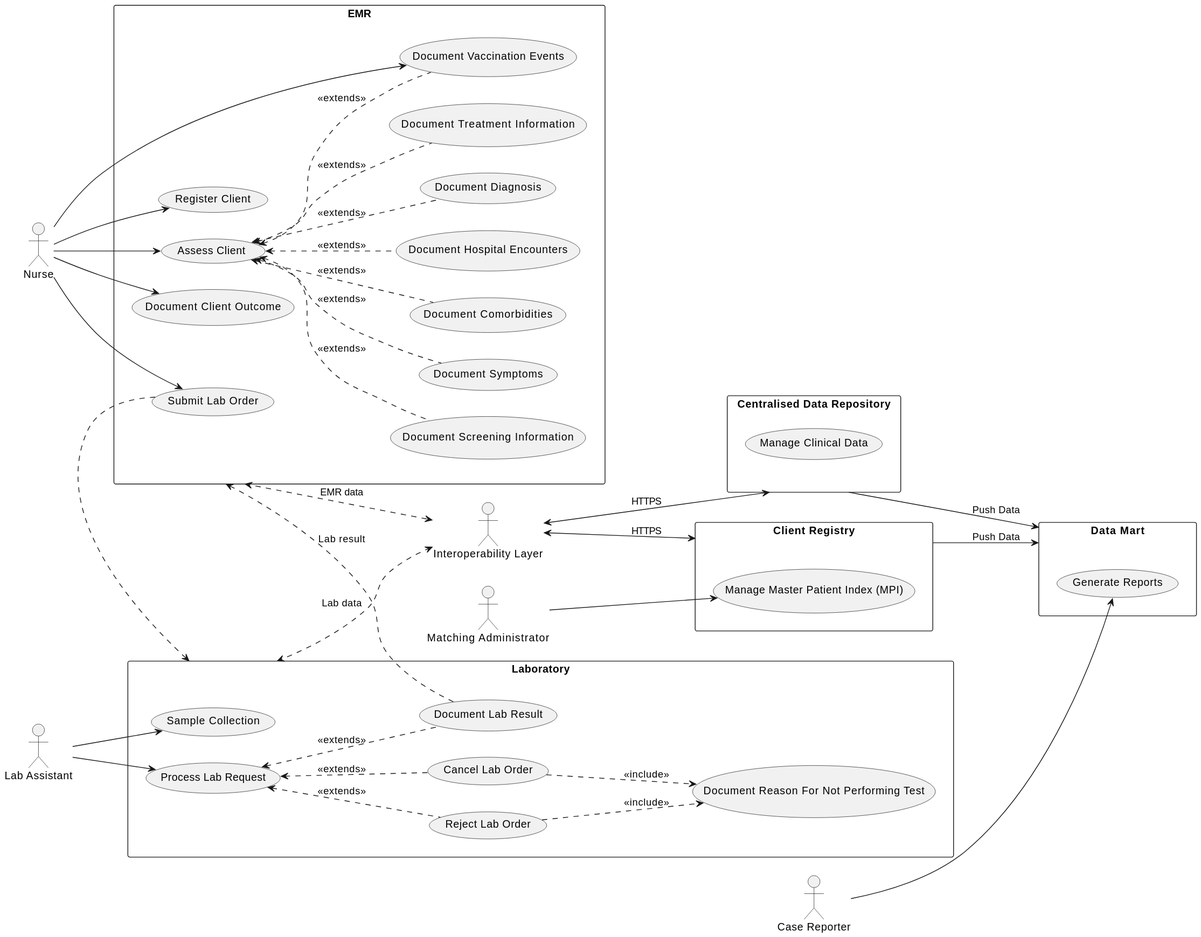
openhie/covid19-casereporting keeps this PlantUML diagram as input/includes/UseCaseDiagram.svg. Above is the earlier version.
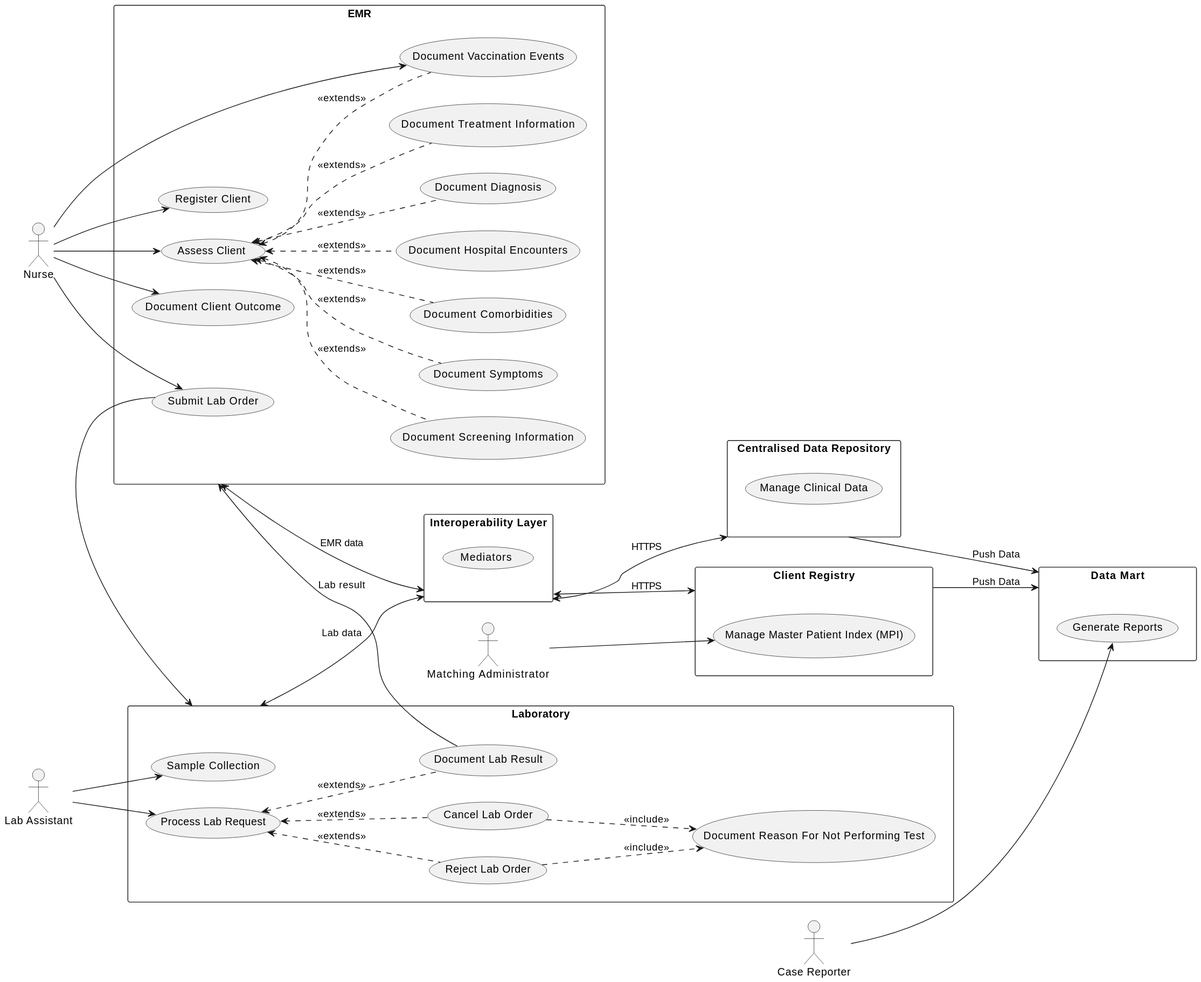
After the commit.

Change to the diagram source:
```diff
@@ -51,19 +51,23 @@
 (UC18) ..> (UC19) : "<<include>>"
 (UC17) ..> (UC19) : "<<include>>"
 
-(UC11) ..> Laboratory
+(UC11) --> Laboratory
 
-(UC16) ..> EMR : "Lab result"
+(UC16) --> EMR : "Lab result"
 
-actor "Interoperability Layer" as iol
+
+rectangle "Interoperability Layer" as iol {
+  usecase "Mediators" as UC23
+}
+
 rectangle "Centralised Data Repository" as cdr {
   usecase "Manage Clinical Data" as UC20
 }
 
 iol <--> cdr : "HTTPS"
 
-EMR <..> iol : "EMR data"
-Laboratory <..> iol : "Lab data"
+EMR <--> iol : "EMR data"
+Laboratory <--> iol : "Lab data"
 
 
 actor "Matching Administrator" as macthingAdmin
```
